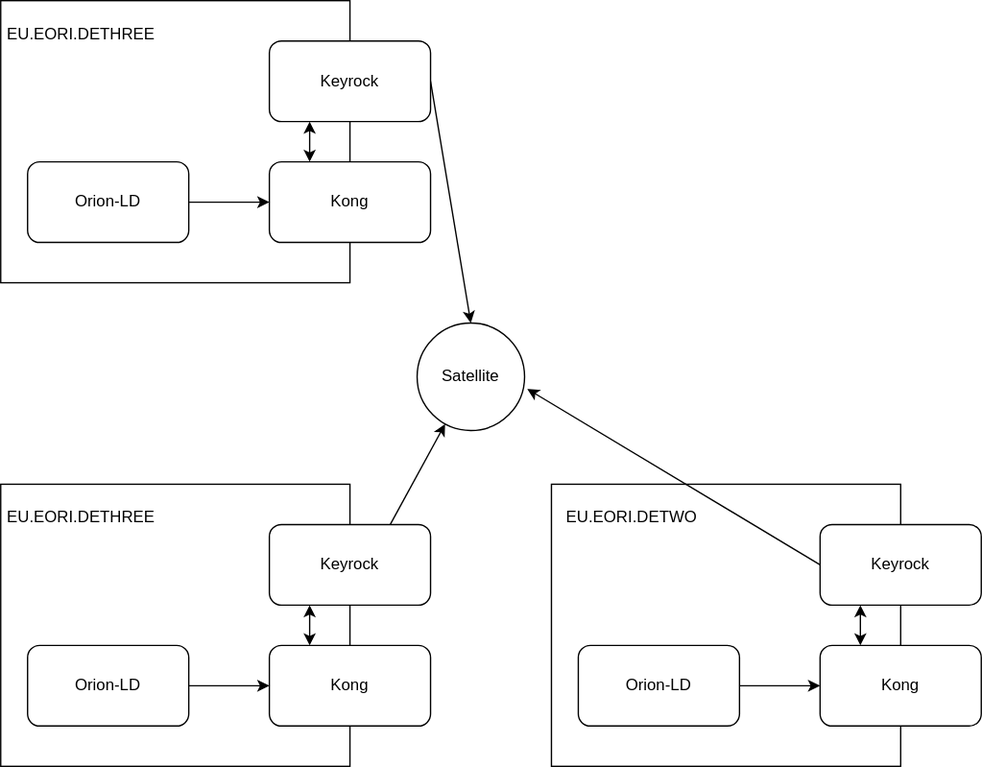
FIWARE-Ops/batterypass-demonstrator keeps this draw.io diagram as docs/overview.svg. Above is the earlier version. Source tidied: cells renumbered, new cells last; positions are measured from the earlier drawing's top-left corner, leaving out a move shared by most shapes.
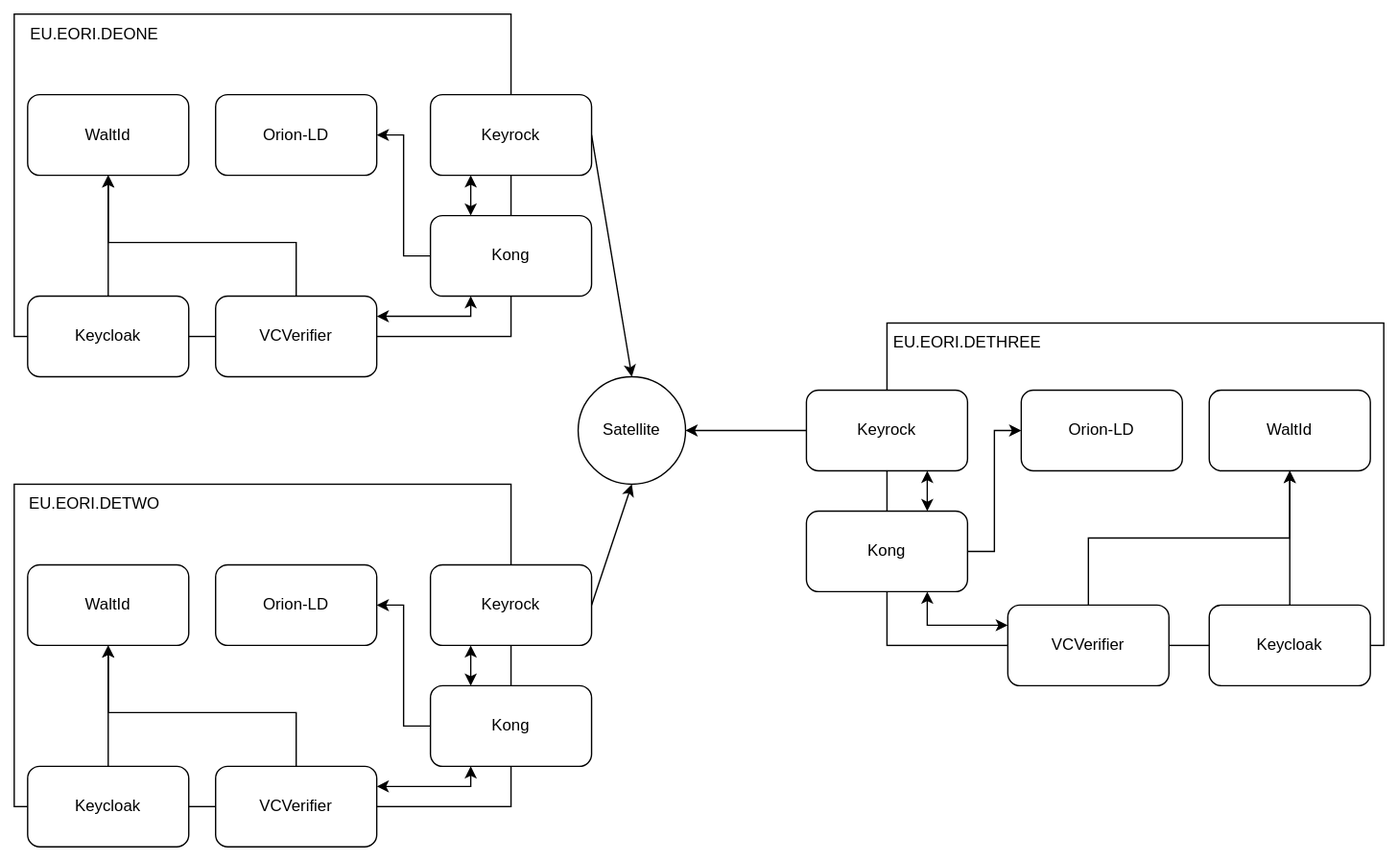
The same file after the commit.

The edit, as a diff of the source:
```diff
@@ -2,95 +2,194 @@
   <root>
     <mxCell id="0" />
     <mxCell id="1" parent="0" />
+    <mxCell id="30" style="rounded=0;whiteSpace=wrap;html=1;" parent="1" vertex="1">
+      <mxGeometry x="540" y="200" width="370" height="240" as="geometry" />
+    </mxCell>
     <mxCell id="2" value="Satellite" style="ellipse;whiteSpace=wrap;html=1;" parent="1" vertex="1">
       <mxGeometry x="310" y="240" width="80" height="80" as="geometry" />
     </mxCell>
     <mxCell id="3" style="endArrow=classic;html=1;rounded=0;exitX=1;exitY=0.5;exitDx=0;exitDy=0;entryX=0.5;entryY=0;entryDx=0;entryDy=0;" parent="1" edge="1" source="14" target="2">
       <mxGeometry relative="1" as="geometry" />
     </mxCell>
-    <mxCell id="4" style="group;" parent="1" vertex="1">
-      <mxGeometry x="410" y="360" width="320" height="210" as="geometry" />
-    </mxCell>
-    <mxCell id="5" style="rounded=0;whiteSpace=wrap;html=1;" parent="4" vertex="1">
-      <mxGeometry width="260" height="210" as="geometry" />
-    </mxCell>
-    <mxCell id="6" value="Keyrock" style="rounded=1;whiteSpace=wrap;html=1;" parent="4" vertex="1">
-      <mxGeometry x="200" y="30" width="120" height="60" as="geometry" />
-    </mxCell>
-    <mxCell id="7" value="Orion-LD" style="rounded=1;whiteSpace=wrap;html=1;" parent="4" vertex="1">
-      <mxGeometry x="20" y="120" width="120" height="60" as="geometry" />
-    </mxCell>
-    <mxCell id="8" value="Kong" style="rounded=1;whiteSpace=wrap;html=1;" parent="4" vertex="1">
-      <mxGeometry x="200" y="120" width="120" height="60" as="geometry" />
-    </mxCell>
-    <mxCell id="9" value="EU.EORI.DETWO" style="text;html=1;strokeColor=none;fillColor=none;align=center;verticalAlign=middle;whiteSpace=wrap;rounded=0;" parent="4" vertex="1">
-      <mxGeometry x="30" y="10" width="60" height="30" as="geometry" />
-    </mxCell>
-    <mxCell id="10" style="endArrow=classic;startArrow=classic;html=1;rounded=0;exitX=0.25;exitY=0;exitDx=0;exitDy=0;" parent="4" edge="1" source="8">
-      <mxGeometry relative="1" as="geometry">
-        <mxPoint x="230" y="90" as="targetPoint" />
-      </mxGeometry>
-    </mxCell>
-    <mxCell id="11" style="endArrow=classic;html=1;rounded=0;exitX=1;exitY=0.5;exitDx=0;exitDy=0;entryX=0;entryY=0.5;entryDx=0;entryDy=0;" parent="4" edge="1" source="7" target="8">
-      <mxGeometry relative="1" as="geometry" />
-    </mxCell>
+    <mxCell id="31" style="group;" parent="1" vertex="1">
+      <mxGeometry x="-100" width="420" height="240" as="geometry" />
+    </mxCell>
-    <mxCell id="12" style="group;" parent="1" vertex="1">
-      <mxGeometry width="320" height="210" as="geometry" />
+    <mxCell id="12" style="group;" parent="31" vertex="1">
+      <mxGeometry x="100" width="320" height="240" as="geometry" />
     </mxCell>
     <mxCell id="13" style="rounded=0;whiteSpace=wrap;html=1;" parent="12" vertex="1">
-      <mxGeometry width="260" height="210" as="geometry" />
+      <mxGeometry x="-110" y="-30" width="370" height="240" as="geometry" />
     </mxCell>
     <mxCell id="14" value="Keyrock" style="rounded=1;whiteSpace=wrap;html=1;" parent="12" vertex="1">
       <mxGeometry x="200" y="30" width="120" height="60" as="geometry" />
     </mxCell>
     <mxCell id="15" value="Orion-LD" style="rounded=1;whiteSpace=wrap;html=1;" parent="12" vertex="1">
-      <mxGeometry x="20" y="120" width="120" height="60" as="geometry" />
+      <mxGeometry x="40" y="30" width="120" height="60" as="geometry" />
     </mxCell>
     <mxCell id="16" value="Kong" style="rounded=1;whiteSpace=wrap;html=1;" parent="12" vertex="1">
       <mxGeometry x="200" y="120" width="120" height="60" as="geometry" />
     </mxCell>
-    <mxCell id="17" value="EU.EORI.DETHREE" style="text;html=1;strokeColor=none;fillColor=none;align=center;verticalAlign=middle;whiteSpace=wrap;rounded=0;" parent="12" vertex="1">
-      <mxGeometry x="30" y="10" width="60" height="30" as="geometry" />
-    </mxCell>
     <mxCell id="18" style="endArrow=classic;startArrow=classic;html=1;rounded=0;exitX=0.25;exitY=0;exitDx=0;exitDy=0;" parent="12" edge="1" source="16">
       <mxGeometry relative="1" as="geometry">
         <mxPoint x="230" y="90" as="targetPoint" />
       </mxGeometry>
     </mxCell>
-    <mxCell id="19" style="endArrow=classic;html=1;rounded=0;exitX=1;exitY=0.5;exitDx=0;exitDy=0;entryX=0;entryY=0.5;entryDx=0;entryDy=0;" parent="12" edge="1" source="15" target="16">
-      <mxGeometry relative="1" as="geometry" />
+    <mxCell id="19" style="endArrow=none;html=1;rounded=0;exitX=1;exitY=0.5;exitDx=0;exitDy=0;entryX=0;entryY=0.5;entryDx=0;entryDy=0;startArrow=classic;startFill=1;endFill=0;" parent="12" edge="1" source="15" target="16">
+      <mxGeometry relative="1" as="geometry">
+        <Array as="points">
+          <mxPoint x="180" y="60" />
+          <mxPoint x="180" y="150" />
+        </Array>
+      </mxGeometry>
     </mxCell>
-    <mxCell id="20" style="endArrow=classic;html=1;rounded=0;exitX=0;exitY=0.5;exitDx=0;exitDy=0;entryX=1.025;entryY=0.613;entryDx=0;entryDy=0;entryPerimeter=0;" parent="1" edge="1" source="6" target="2">
-      <mxGeometry relative="1" as="geometry" />
-    </mxCell>
-    <mxCell id="21" style="group;" parent="1" vertex="1">
-      <mxGeometry y="360" width="320" height="210" as="geometry" />
-    </mxCell>
-    <mxCell id="22" style="rounded=0;whiteSpace=wrap;html=1;" parent="21" vertex="1">
-      <mxGeometry width="260" height="210" as="geometry" />
-    </mxCell>
-    <mxCell id="23" value="Keyrock" style="rounded=1;whiteSpace=wrap;html=1;" parent="21" vertex="1">
-      <mxGeometry x="200" y="30" width="120" height="60" as="geometry" />
-    </mxCell>
-    <mxCell id="24" value="Orion-LD" style="rounded=1;whiteSpace=wrap;html=1;" parent="21" vertex="1">
-      <mxGeometry x="20" y="120" width="120" height="60" as="geometry" />
-    </mxCell>
-    <mxCell id="25" value="Kong" style="rounded=1;whiteSpace=wrap;html=1;" parent="21" vertex="1">
-      <mxGeometry x="200" y="120" width="120" height="60" as="geometry" />
-    </mxCell>
+    <mxCell id="32" value="VCVerifier" style="rounded=1;whiteSpace=wrap;html=1;" parent="12" vertex="1">
+      <mxGeometry x="40" y="180" width="120" height="60" as="geometry" />
+    </mxCell>
+    <mxCell id="17" value="EU.EORI.DEONE" style="text;html=1;strokeColor=none;fillColor=none;align=center;verticalAlign=middle;whiteSpace=wrap;rounded=0;" parent="12" vertex="1">
+      <mxGeometry x="-80" y="-30" width="60" height="30" as="geometry" />
+    </mxCell>
+    <mxCell id="33" style="endArrow=classic;startArrow=classic;html=1;rounded=0;entryX=0.25;entryY=1;entryDx=0;entryDy=0;exitX=1;exitY=0.25;exitDx=0;exitDy=0;" parent="12" edge="1" source="32" target="16">
+      <mxGeometry relative="1" as="geometry">
+        <Array as="points">
+          <mxPoint x="230" y="195" />
+        </Array>
+      </mxGeometry>
+    </mxCell>
+    <mxCell id="34" value="WaltId" style="rounded=1;whiteSpace=wrap;html=1;" parent="31" vertex="1">
+      <mxGeometry y="30" width="120" height="60" as="geometry" />
+    </mxCell>
+    <mxCell id="35" value="Keycloak" style="rounded=1;whiteSpace=wrap;html=1;" parent="31" vertex="1">
+      <mxGeometry y="180" width="120" height="60" as="geometry" />
+    </mxCell>
+    <mxCell id="36" style="endArrow=classic;html=1;rounded=0;entryX=0.5;entryY=1;entryDx=0;entryDy=0;" parent="31" edge="1" source="35" target="34">
+      <mxGeometry relative="1" as="geometry" />
+    </mxCell>
+    <mxCell id="37" style="endArrow=classic;html=1;rounded=0;exitX=0.5;exitY=0;exitDx=0;exitDy=0;" parent="31" edge="1" source="32">
+      <mxGeometry relative="1" as="geometry">
+        <mxPoint x="60" y="90" as="targetPoint" />
+        <Array as="points">
+          <mxPoint x="200" y="140" />
+          <mxPoint x="60" y="140" />
+        </Array>
+      </mxGeometry>
+    </mxCell>
+    <mxCell id="38" style="group;" parent="1" vertex="1">
+      <mxGeometry x="-100" y="350" width="420" height="240" as="geometry" />
+    </mxCell>
+    <mxCell id="39" style="group;" parent="38" vertex="1">
+      <mxGeometry x="100" width="320" height="240" as="geometry" />
+    </mxCell>
+    <mxCell id="40" style="rounded=0;whiteSpace=wrap;html=1;" parent="39" vertex="1">
+      <mxGeometry x="-110" y="-30" width="370" height="240" as="geometry" />
+    </mxCell>
+    <mxCell id="41" value="Keyrock" style="rounded=1;whiteSpace=wrap;html=1;" parent="39" vertex="1">
+      <mxGeometry x="200" y="30" width="120" height="60" as="geometry" />
+    </mxCell>
+    <mxCell id="42" value="Orion-LD" style="rounded=1;whiteSpace=wrap;html=1;" parent="39" vertex="1">
+      <mxGeometry x="40" y="30" width="120" height="60" as="geometry" />
+    </mxCell>
+    <mxCell id="43" value="Kong" style="rounded=1;whiteSpace=wrap;html=1;" parent="39" vertex="1">
+      <mxGeometry x="200" y="120" width="120" height="60" as="geometry" />
+    </mxCell>
+    <mxCell id="44" style="endArrow=classic;startArrow=classic;html=1;rounded=0;exitX=0.25;exitY=0;exitDx=0;exitDy=0;" parent="39" edge="1" source="43">
+      <mxGeometry relative="1" as="geometry">
+        <mxPoint x="230" y="90" as="targetPoint" />
+      </mxGeometry>
+    </mxCell>
+    <mxCell id="45" style="endArrow=none;html=1;rounded=0;exitX=1;exitY=0.5;exitDx=0;exitDy=0;entryX=0;entryY=0.5;entryDx=0;entryDy=0;startArrow=classic;startFill=1;endFill=0;" parent="39" edge="1" source="42" target="43">
+      <mxGeometry relative="1" as="geometry">
+        <Array as="points">
+          <mxPoint x="180" y="60" />
+          <mxPoint x="180" y="150" />
+        </Array>
+      </mxGeometry>
+    </mxCell>
+    <mxCell id="46" value="VCVerifier" style="rounded=1;whiteSpace=wrap;html=1;" parent="39" vertex="1">
+      <mxGeometry x="40" y="180" width="120" height="60" as="geometry" />
+    </mxCell>
+    <mxCell id="9" value="EU.EORI.DETWO" style="text;html=1;strokeColor=none;fillColor=none;align=center;verticalAlign=middle;whiteSpace=wrap;rounded=0;" parent="39" vertex="1">
+      <mxGeometry x="-80" y="-30" width="60" height="30" as="geometry" />
+    </mxCell>
+    <mxCell id="47" style="endArrow=classic;startArrow=classic;html=1;rounded=0;entryX=0.25;entryY=1;entryDx=0;entryDy=0;exitX=1;exitY=0.25;exitDx=0;exitDy=0;" parent="39" edge="1" source="46" target="43">
+      <mxGeometry relative="1" as="geometry">
+        <Array as="points">
+          <mxPoint x="230" y="195" />
+        </Array>
+      </mxGeometry>
+    </mxCell>
+    <mxCell id="48" value="WaltId" style="rounded=1;whiteSpace=wrap;html=1;" parent="38" vertex="1">
+      <mxGeometry y="30" width="120" height="60" as="geometry" />
+    </mxCell>
+    <mxCell id="49" value="Keycloak" style="rounded=1;whiteSpace=wrap;html=1;" parent="38" vertex="1">
+      <mxGeometry y="180" width="120" height="60" as="geometry" />
+    </mxCell>
+    <mxCell id="50" style="endArrow=classic;html=1;rounded=0;entryX=0.5;entryY=1;entryDx=0;entryDy=0;" parent="38" edge="1" source="49" target="48">
+      <mxGeometry relative="1" as="geometry" />
+    </mxCell>
+    <mxCell id="51" style="endArrow=classic;html=1;rounded=0;exitX=0.5;exitY=0;exitDx=0;exitDy=0;" parent="38" edge="1" source="46">
+      <mxGeometry relative="1" as="geometry">
+        <mxPoint x="60" y="90" as="targetPoint" />
+        <Array as="points">
+          <mxPoint x="200" y="140" />
+          <mxPoint x="60" y="140" />
+        </Array>
+      </mxGeometry>
+    </mxCell>
+    <mxCell id="52" style="endArrow=classic;html=1;rounded=0;exitX=1;exitY=0.5;exitDx=0;exitDy=0;entryX=0.5;entryY=1;entryDx=0;entryDy=0;" parent="1" edge="1" source="41" target="2">
+      <mxGeometry relative="1" as="geometry" />
+    </mxCell>
+    <mxCell id="53" value="WaltId" style="rounded=1;whiteSpace=wrap;html=1;" parent="1" vertex="1">
+      <mxGeometry x="780" y="250" width="120" height="60" as="geometry" />
+    </mxCell>
+    <mxCell id="54" value="Keycloak" style="rounded=1;whiteSpace=wrap;html=1;" parent="1" vertex="1">
+      <mxGeometry x="780" y="410" width="120" height="60" as="geometry" />
+    </mxCell>
+    <mxCell id="55" style="endArrow=classic;html=1;rounded=0;entryX=0.5;entryY=1;entryDx=0;entryDy=0;" parent="1" edge="1" source="54" target="53">
+      <mxGeometry relative="1" as="geometry" />
+    </mxCell>
+    <mxCell id="56" value="Keyrock" style="rounded=1;whiteSpace=wrap;html=1;" parent="1" vertex="1">
+      <mxGeometry x="480" y="250" width="120" height="60" as="geometry" />
+    </mxCell>
+    <mxCell id="57" value="Orion-LD" style="rounded=1;whiteSpace=wrap;html=1;" parent="1" vertex="1">
+      <mxGeometry x="640" y="250" width="120" height="60" as="geometry" />
+    </mxCell>
+    <mxCell id="58" value="Kong" style="rounded=1;whiteSpace=wrap;html=1;" parent="1" vertex="1">
+      <mxGeometry x="480" y="340" width="120" height="60" as="geometry" />
+    </mxCell>
+    <mxCell id="59" value="VCVerifier" style="rounded=1;whiteSpace=wrap;html=1;" parent="1" vertex="1">
+      <mxGeometry x="630" y="410" width="120" height="60" as="geometry" />
+    </mxCell>
-    <mxCell id="26" value="EU.EORI.DETHREE" style="text;html=1;strokeColor=none;fillColor=none;align=center;verticalAlign=middle;whiteSpace=wrap;rounded=0;" parent="21" vertex="1">
-      <mxGeometry x="30" y="10" width="60" height="30" as="geometry" />
+    <mxCell id="26" value="EU.EORI.DETHREE" style="text;html=1;strokeColor=none;fillColor=none;align=center;verticalAlign=middle;whiteSpace=wrap;rounded=0;" parent="1" vertex="1">
+      <mxGeometry x="570" y="200" width="60" height="30" as="geometry" />
     </mxCell>
-    <mxCell id="27" style="endArrow=classic;startArrow=classic;html=1;rounded=0;exitX=0.25;exitY=0;exitDx=0;exitDy=0;" parent="21" edge="1" source="25">
-      <mxGeometry relative="1" as="geometry">
-        <mxPoint x="230" y="90" as="targetPoint" />
-      </mxGeometry>
-    </mxCell>
-    <mxCell id="28" style="endArrow=classic;html=1;rounded=0;exitX=1;exitY=0.5;exitDx=0;exitDy=0;entryX=0;entryY=0.5;entryDx=0;entryDy=0;" parent="21" edge="1" source="24" target="25">
-      <mxGeometry relative="1" as="geometry" />
-    </mxCell>
-    <mxCell id="29" style="endArrow=classic;html=1;rounded=0;exitX=0.75;exitY=0;exitDx=0;exitDy=0;" parent="1" edge="1" source="23" target="2">
-      <mxGeometry relative="1" as="geometry" />
-    </mxCell>
+    <mxCell id="60" style="endArrow=classic;html=1;rounded=0;exitX=0;exitY=0.5;exitDx=0;exitDy=0;entryX=1;entryY=0.5;entryDx=0;entryDy=0;" parent="1" edge="1" source="56" target="2">
+      <mxGeometry relative="1" as="geometry" />
+    </mxCell>
+    <mxCell id="61" style="endArrow=classic;startArrow=classic;html=1;rounded=0;entryX=0.75;entryY=1;entryDx=0;entryDy=0;exitX=0.75;exitY=0;exitDx=0;exitDy=0;" parent="1" edge="1" source="58" target="56">
+      <mxGeometry relative="1" as="geometry" />
+    </mxCell>
+    <mxCell id="62" style="endArrow=classic;startArrow=classic;html=1;rounded=0;exitX=0.75;exitY=1;exitDx=0;exitDy=0;entryX=0;entryY=0.25;entryDx=0;entryDy=0;" parent="1" edge="1" source="58" target="59">
+      <mxGeometry relative="1" as="geometry">
+        <Array as="points">
+          <mxPoint x="570" y="425" />
+        </Array>
+      </mxGeometry>
+    </mxCell>
+    <mxCell id="63" style="endArrow=classic;html=1;rounded=0;exitX=1;exitY=0.5;exitDx=0;exitDy=0;entryX=0;entryY=0.5;entryDx=0;entryDy=0;" parent="1" edge="1" source="58" target="57">
+      <mxGeometry relative="1" as="geometry">
+        <Array as="points">
+          <mxPoint x="620" y="370" />
+          <mxPoint x="620" y="280" />
+        </Array>
+      </mxGeometry>
+    </mxCell>
+    <mxCell id="64" style="endArrow=classic;html=1;rounded=0;exitX=0.5;exitY=0;exitDx=0;exitDy=0;entryX=0.5;entryY=1;entryDx=0;entryDy=0;" parent="1" edge="1" source="59" target="53">
+      <mxGeometry relative="1" as="geometry">
+        <Array as="points">
+          <mxPoint x="690" y="360" />
+          <mxPoint x="840" y="360" />
+        </Array>
+      </mxGeometry>
+    </mxCell>
   </root>
 </mxGraphModel>
```
